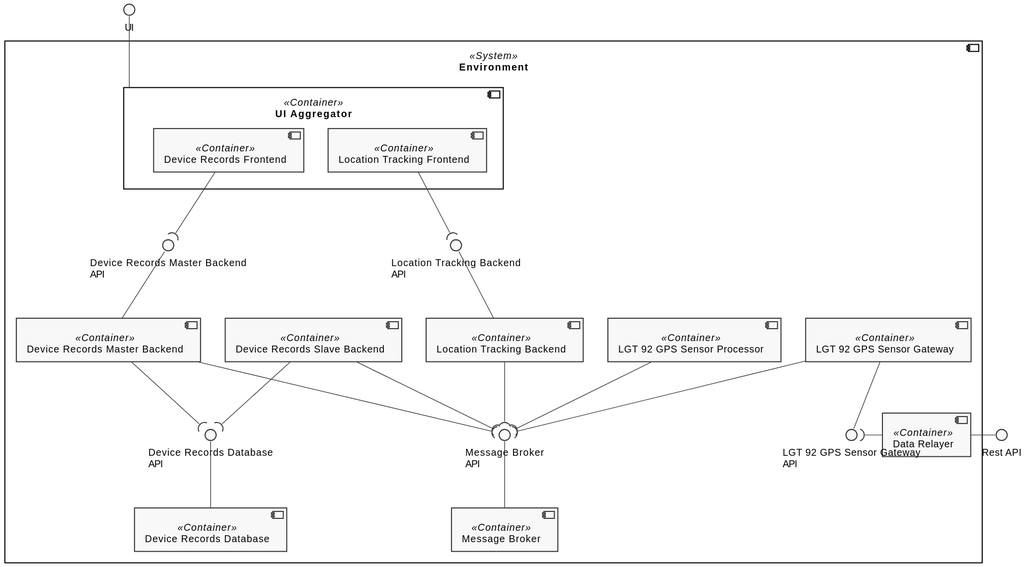
This is docs/diagrams/logical-view-level2.svg from FilipeMCruz/sensae-console, a PlantUML export, as it was before one commit.
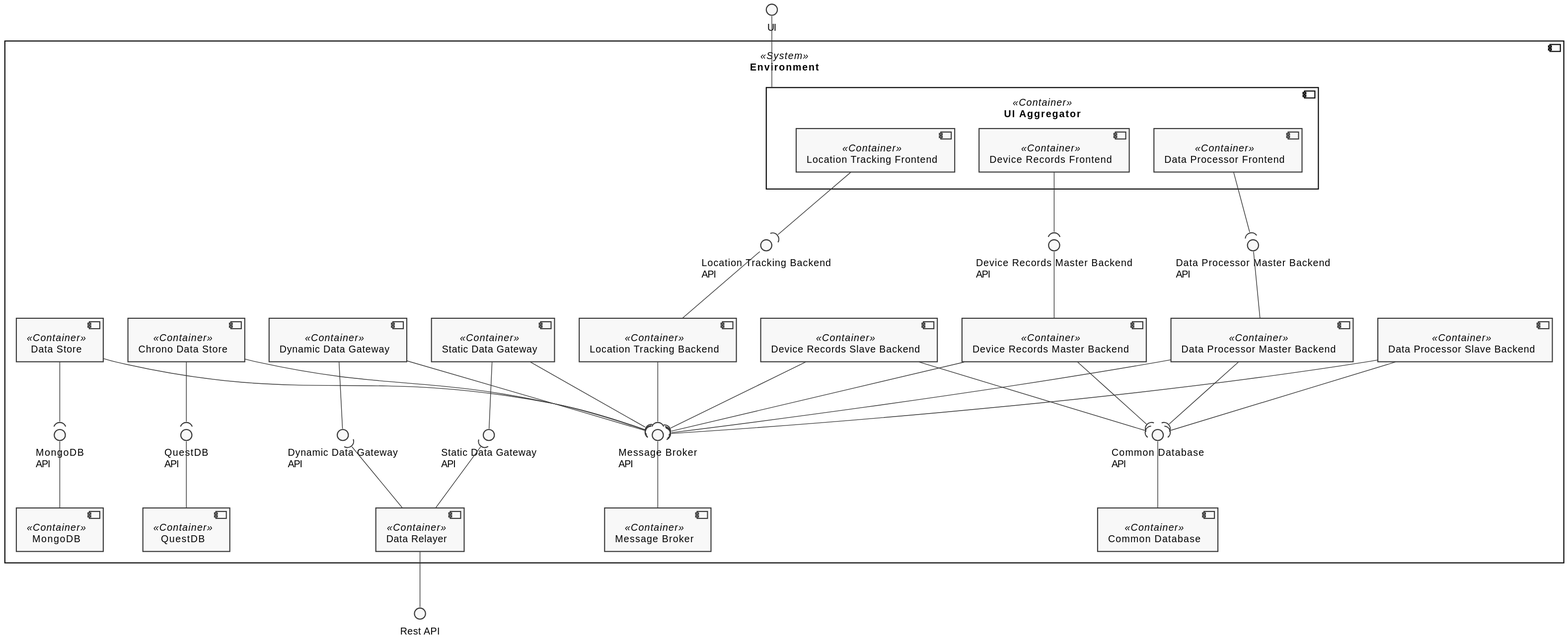
Above is the later version.

What changed in the source:
```diff
@@ -15,46 +15,65 @@
     component "Device Records Master Backend" as DRB <<Container>>
     component "Device Records Slave Backend" as DRSB <<Container>>
     component "Location Tracking Backend" as LTB <<Container>>
-    component "LGT 92 GPS Sensor Gateway" as LGT92GPSG <<Container>>
+    component "Static Data Gateway" as SDG <<Container>>
+    component "Dynamic Data Gateway" as DDG <<Container>>
     component "Data Relayer" as DR <<Container>>
     component "UI Aggregator" as UIAG <<Container>> {
         component "Device Records Frontend" as DRF <<Container>>
+        component "Data Processor Frontend" as DPF <<Container>>
         component "Location Tracking Frontend" as LTF <<Container>>
     }
-    component "LGT 92 GPS Sensor Processor" as LGT92GPSP <<Container>>
-    component "Device Records Database" as DRDB <<Container>>
+    component "Data Processor Slave Backend" as DPSB <<Container>>
+    component "Data Processor Master Backend" as DPMB <<Container>>
+    component "Common Database" as DRDB <<Container>>
+    component "Chrono Data Store" as CDS <<Container>>
+    component "Data Store" as DS <<Container>>
+    component "QuestDB" as QUESTDB <<Container>>
+    component "MongoDB" as MONGODB <<Container>>
 
     interface "Message Broker\nAPI" as MB_API
     interface "Location Tracking Backend\nAPI" as LTB_API
     interface "Device Records Master Backend\nAPI" as DRB_API
-    interface "Device Records Database\nAPI" as DRDB_API
-    interface "LGT 92 GPS Sensor Gateway\nAPI" as LGT92GPSG_API
+    interface "Data Processor Master Backend\nAPI" as DPMB_API
+    interface "Common Database\nAPI" as DRDB_API
+    interface "QuestDB\nAPI" as QUESTDB_API
+    interface "MongoDB\nAPI" as MONGODB_API
+    interface "Static Data Gateway\nAPI" as SDG_API
+    interface "Dynamic Data Gateway\nAPI" as DDG_API
 
-
-    DRB -[hidden] DRSB
-    DRSB -[hidden] LTB
-    LTB -[hidden] LGT92GPSP
-    LGT92GPSP -[hidden] LGT92GPSG
-
-    DRB_API-- DRB
+    CDS --( QUESTDB_API
+    DS --( MONGODB_API
+    DDG -- DDG_API
+    DPMB_API -- DPMB
+    DRB_API -- DRB
     MB_API -- MB
     DRDB_API -- DRDB
     LTB_API -- LTB
     UI -- UIAG
-    LGT92GPSG -- LGT92GPSG_API
+    SDG -- SDG_API
+    MONGODB_API -- MONGODB
+    QUESTDB_API -- QUESTDB
     DRB --( DRDB_API
     DRSB --( DRDB_API
+    DPMB --( DRDB_API
+    DPSB --( DRDB_API
     LTF --( LTB_API
+    DPF --( DPMB_API
     DRF --( DRB_API
 
+    CDS --( MB_API
+    DS --( MB_API
     LTB --( MB_API
     DRB --( MB_API
+    DPMB --( MB_API
     DRSB --( MB_API
-    LGT92GPSG --( MB_API
-    LGT92GPSP --( MB_API
+    SDG --( MB_API
+    DPSB --( MB_API
+    DDG --( MB_API
 
-    DR - IN_ENDPOINT
-    LGT92GPSG_API )- DR
+    DR -- IN_ENDPOINT
+    SDG_API )-- DR
+    DDG_API )-- DR
 }
 
 @enduml
```
